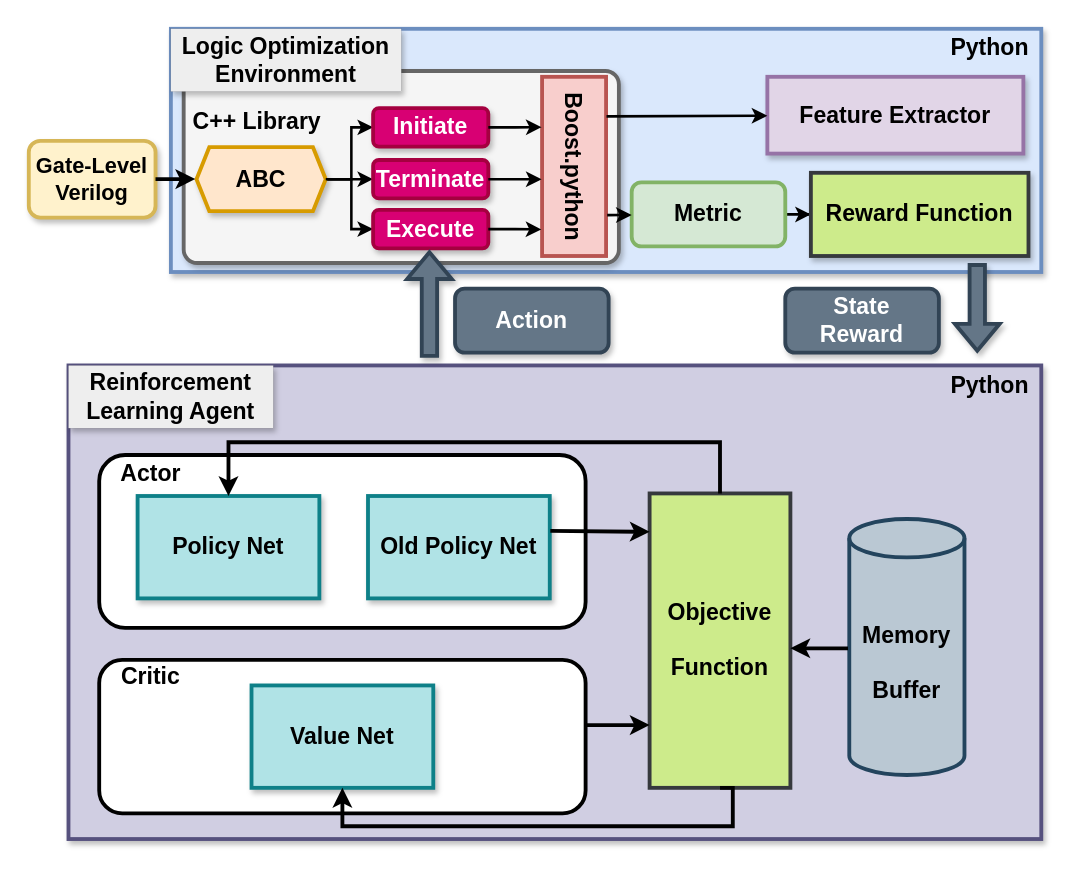
Earlier version of the draw.io diagram learningframework.drawio (kxzhu0505/LogicSynOpt). Source tidied: cells renumbered, new cells numbered last; positions are measured from the earlier drawing's top-left corner, leaving out a move shared by most shapes. Both pictures are drawn from the tidied source at 128%, with x=0, y=0 at pixel (28, 28).
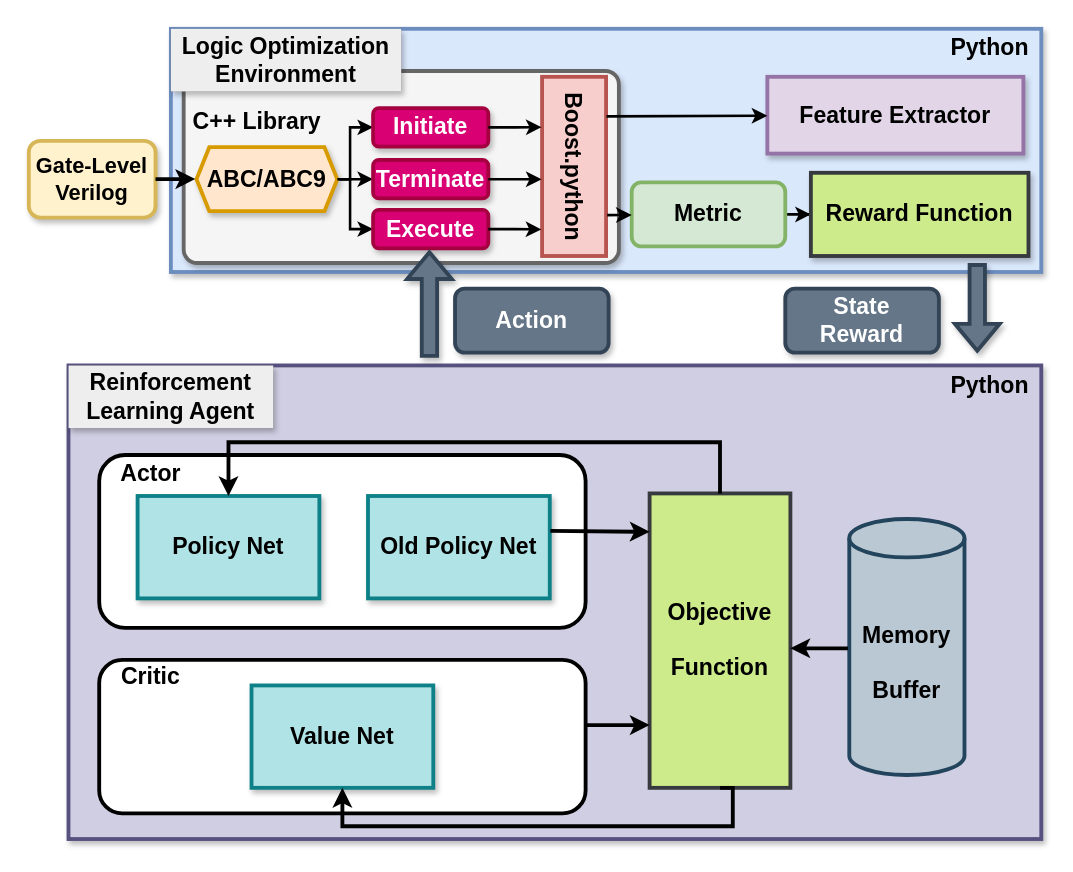
After the change.

The change refers to these unchanged cells:
```xml
<mxCell id="38" value="&lt;b style=&quot;font-size: 18px;&quot;&gt;Initiate&lt;/b&gt;" style="rounded=1;whiteSpace=wrap;html=1;fillColor=#d80073;strokeColor=#A50040;strokeWidth=3;shadow=1;fontColor=#ffffff;" parent="1" vertex="1">
  <mxGeometry x="269" y="62" width="90" height="30" as="geometry" />
</mxCell>
<mxCell id="40" value="&lt;b style=&quot;font-size: 18px;&quot;&gt;Execute&lt;/b&gt;" style="rounded=1;whiteSpace=wrap;html=1;fillColor=#d80073;strokeColor=#A50040;strokeWidth=3;shadow=1;fontColor=#ffffff;" parent="1" vertex="1">
  <mxGeometry x="269" y="141.5" width="90" height="30" as="geometry" />
</mxCell>
```

Change to the diagram source:
```diff
@@
     <mxCell id="30" style="edgeStyle=orthogonalEdgeStyle;rounded=0;jettySize=auto;html=1;entryX=0;entryY=0.5;entryDx=0;entryDy=0;strokeWidth=2;" parent="1" edge="1" source="31" target="40">
-      <mxGeometry relative="1" as="geometry" />
+      <mxGeometry relative="1" as="geometry">
+        <Array as="points">
+          <mxPoint x="251" y="118" />
+          <mxPoint x="251" y="157" />
+        </Array>
+      </mxGeometry>
     </mxCell>
-    <mxCell id="31" value="&lt;span style=&quot;font-size: 18px;&quot;&gt;&lt;b&gt;ABC&lt;/b&gt;&lt;/span&gt;" style="shape=hexagon;perimeter=hexagonPerimeter2;whiteSpace=wrap;html=1;fixedSize=1;fillColor=#ffe6cc;strokeColor=#d79b00;strokeWidth=3;shadow=1;rounded=0;size=10;" parent="1" vertex="1">
-      <mxGeometry x="131" y="92.5" width="101" height="50" as="geometry" />
+    <mxCell id="31" value="&lt;span style=&quot;font-size: 18px;&quot;&gt;&lt;b&gt;ABC/ABC9&lt;/b&gt;&lt;/span&gt;" style="shape=hexagon;perimeter=hexagonPerimeter2;whiteSpace=wrap;html=1;fixedSize=1;fillColor=#ffe6cc;strokeColor=#d79b00;strokeWidth=3;shadow=1;rounded=0;size=10;" parent="1" vertex="1">
+      <mxGeometry x="131" y="92.5" width="110" height="50" as="geometry" />
     </mxCell>
@@
     <mxCell id="37" style="edgeStyle=orthogonalEdgeStyle;rounded=0;jettySize=auto;html=1;entryX=1;entryY=0.5;entryDx=0;entryDy=0;startArrow=classic;startFill=1;endArrow=none;endFill=0;strokeWidth=2;" parent="1" edge="1" source="38" target="31">
       <mxGeometry relative="1" as="geometry">
         <Array as="points">
-          <mxPoint x="252" y="77" />
-          <mxPoint x="252" y="118" />
+          <mxPoint x="251" y="77" />
+          <mxPoint x="251" y="118" />
         </Array>
       </mxGeometry>
     </mxCell>
```
